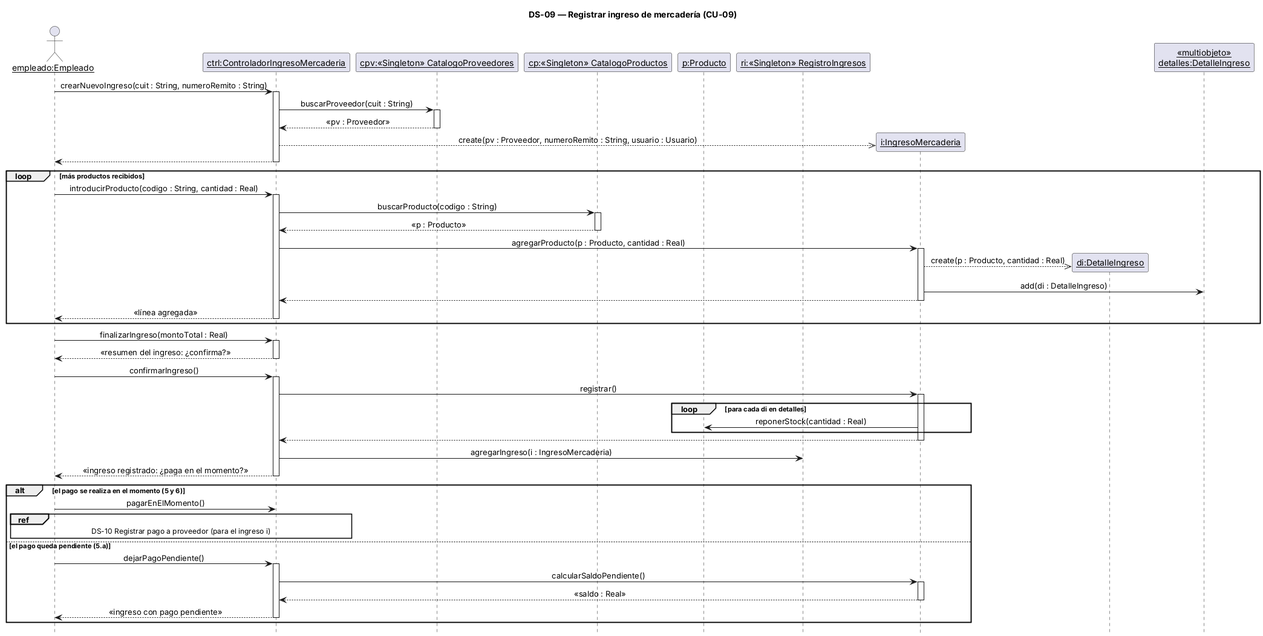
Before: 08-Diagrama De Secuencia/DS-09 Registrar ingreso de mercaderia.png, a diagram exported from PlantUML (alanbalzaretti123/control-de-stock1).
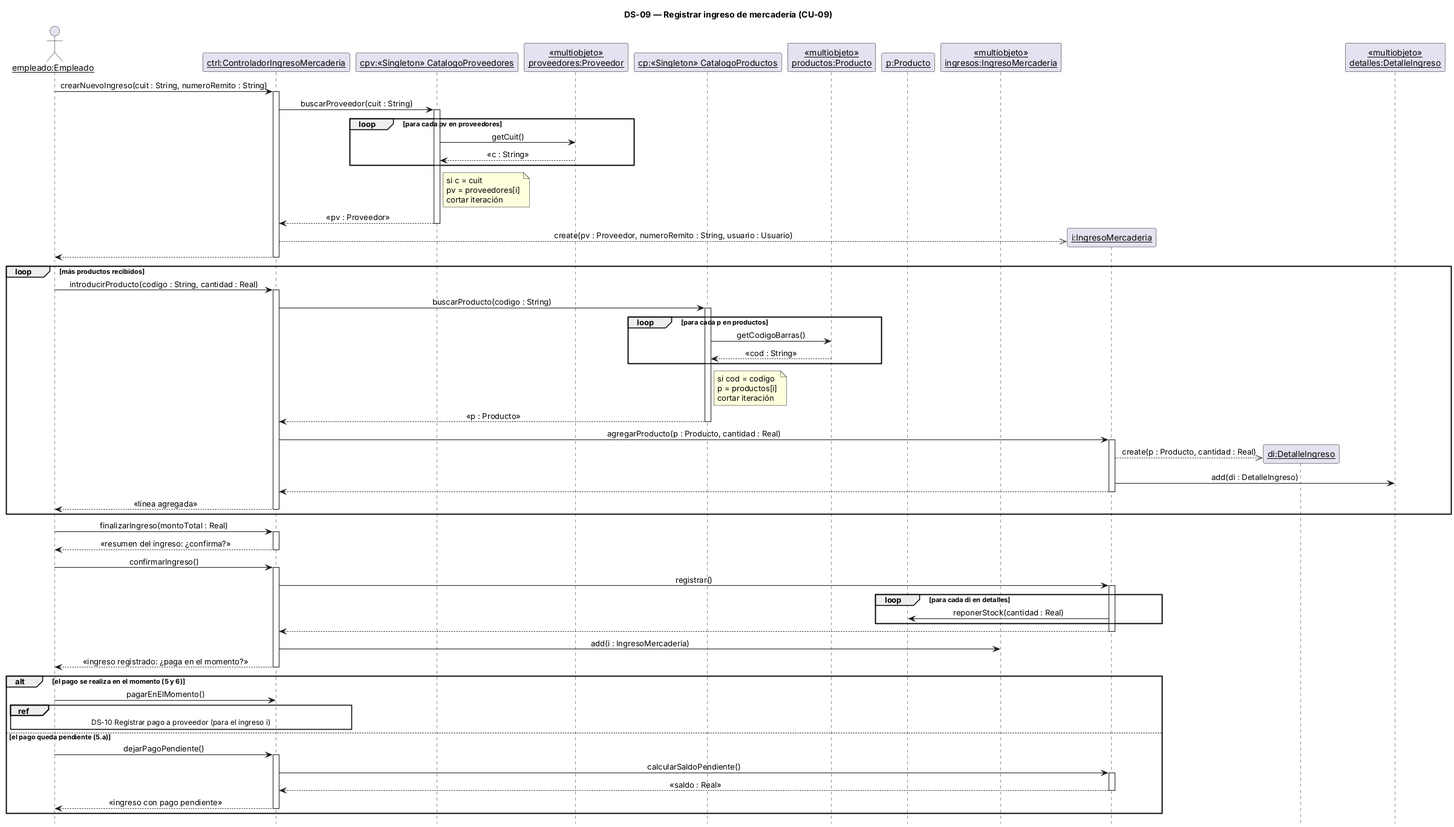
After the commit.

Diff of the diagram source:
```diff
@@ -8,14 +8,21 @@
 actor "empleado:Empleado" as U
 participant "ctrl:ControladorIngresoMercaderia" as C
 participant "cpv:«Singleton» CatalogoProveedores" as CPV
+participant "«multiobjeto»\nproveedores:Proveedor" as MPV
 participant "cp:«Singleton» CatalogoProductos" as CP
+participant "«multiobjeto»\nproductos:Producto" as MPR
 participant "p:Producto" as P
-participant "ri:«Singleton» RegistroIngresos" as RI
+participant "«multiobjeto»\ningresos:IngresoMercaderia" as MIN
 
 U -> C : crearNuevoIngreso(cuit : String, numeroRemito : String)
 activate C
 C -> CPV : buscarProveedor(cuit : String)
 activate CPV
+loop para cada pv en proveedores
+  CPV -> MPV : getCuit()
+  MPV --> CPV : «c : String»
+end
+note right of CPV : si c = cuit\npv = proveedores[i]\ncortar iteración
 CPV --> C : «pv : Proveedor»
 deactivate CPV
 create participant "i:IngresoMercaderia" as I
@@ -28,6 +35,11 @@
   activate C
   C -> CP : buscarProducto(codigo : String)
   activate CP
+  loop para cada p en productos
+    CP -> MPR : getCodigoBarras()
+    MPR --> CP : «cod : String»
+  end
+  note right of CP : si cod = codigo\np = productos[i]\ncortar iteración
   CP --> C : «p : Producto»
   deactivate CP
   C -> I : agregarProducto(p : Producto, cantidad : Real)
@@ -55,7 +67,7 @@
 end
 I --> C
 deactivate I
-C -> RI : agregarIngreso(i : IngresoMercaderia)
+C -> MIN : add(i : IngresoMercaderia)
 C --> U : «ingreso registrado: ¿paga en el momento?»
 deactivate C
 
```
